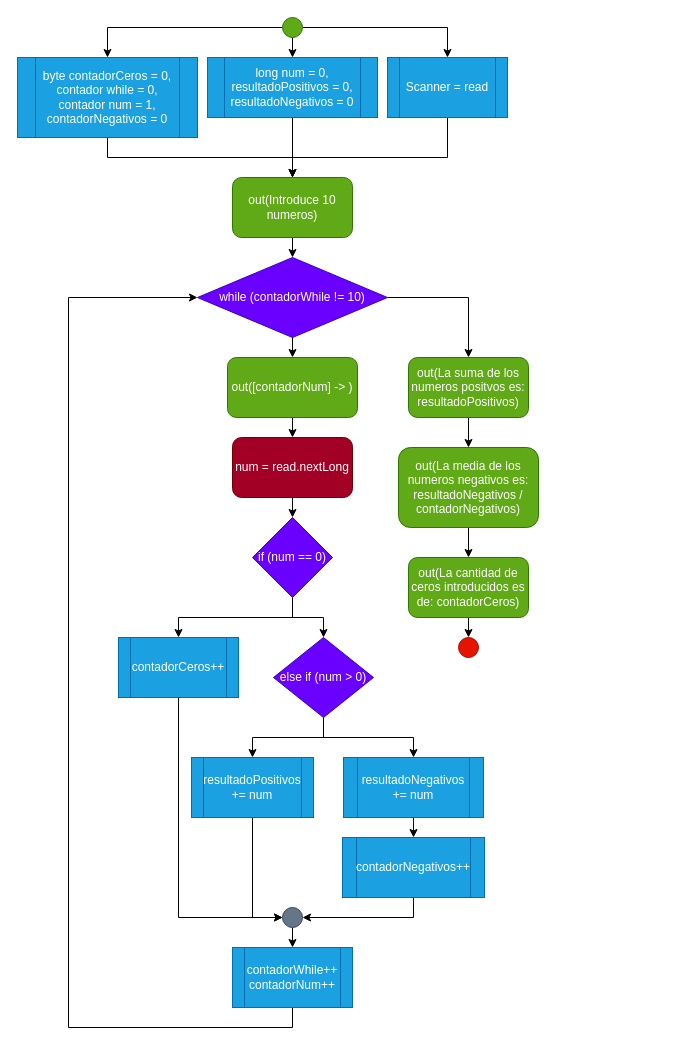
This is page "Ejercicio 5" (5 of 8) of diagramas/Diagramas.drawio from antonionavarro04/Tema3While, a draw.io file, before an edit. Source tidied: cells renumbered, new cells numbered last; positions are measured from the earlier drawing's top-left corner, leaving out a move shared by most shapes. Both pictures are drawn from the tidied source at 100%, with x=0, y=0 at pixel (17, 17).
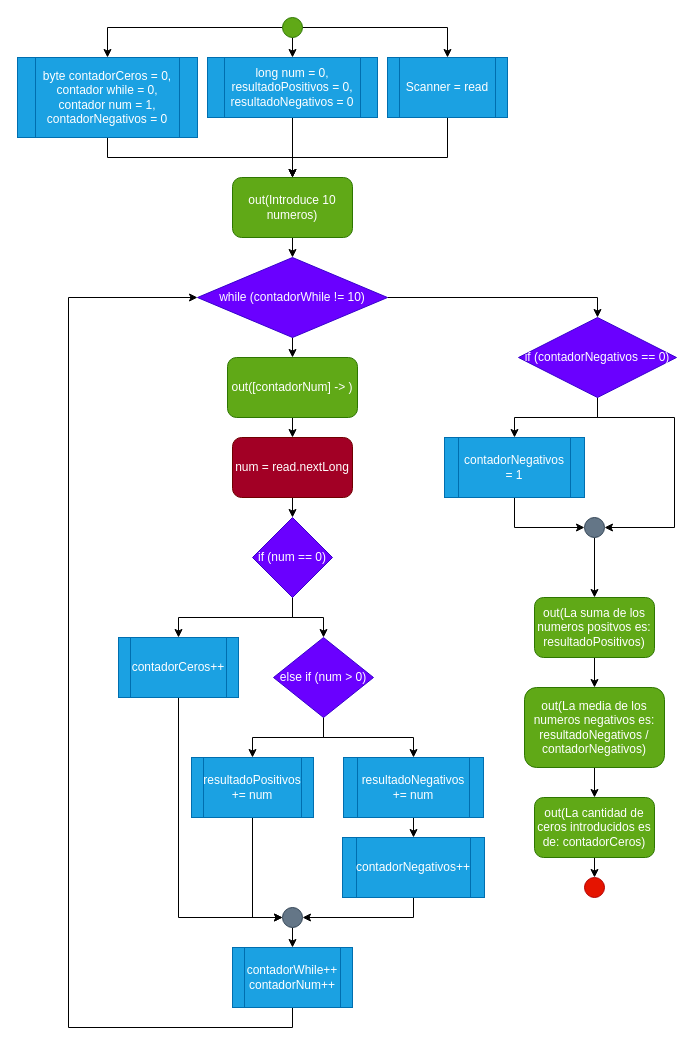
After the change.

The change refers to these unchanged cells:
```xml
<mxCell id="16" value="while (contadorWhile != 10)" style="rhombus;whiteSpace=wrap;html=1;fillColor=#6a00ff;fontColor=#ffffff;strokeColor=#3700CC;" parent="1" vertex="1">
  <mxGeometry x="180" y="240" width="190" height="80" as="geometry" />
</mxCell>
```

Diff of the diagram source:
```diff
@@
-    <mxCell id="15" style="edgeStyle=orthogonalEdgeStyle;rounded=0;jettySize=auto;html=1;exitX=1;exitY=0.5;exitDx=0;exitDy=0;entryX=0.5;entryY=0;entryDx=0;entryDy=0;" parent="1" edge="1" source="16" target="40">
-      <mxGeometry relative="1" as="geometry" />
-    </mxCell>
+    <mxCell id="46" style="edgeStyle=orthogonalEdgeStyle;rounded=0;jettySize=auto;html=1;exitX=1;exitY=0.5;exitDx=0;exitDy=0;entryX=0.5;entryY=0;entryDx=0;entryDy=0;" parent="1" edge="1" source="16" target="49">
+      <mxGeometry relative="1" as="geometry" />
+    </mxCell>
@@
     <mxCell id="40" value="out(La suma de los numeros positvos es: resultadoPositivos)" style="rounded=1;whiteSpace=wrap;html=1;fillColor=#60a917;fontColor=#ffffff;strokeColor=#2D7600;" parent="1" vertex="1">
-      <mxGeometry x="391" y="340" width="120" height="60" as="geometry" />
+      <mxGeometry x="517" y="580" width="120" height="60" as="geometry" />
     </mxCell>
@@
     <mxCell id="42" value="out(La media de los numeros negativos es: resultadoNegativos / contadorNegativos)" style="rounded=1;whiteSpace=wrap;html=1;fillColor=#60a917;fontColor=#ffffff;strokeColor=#2D7600;" parent="1" vertex="1">
-      <mxGeometry x="381" y="430" width="140" height="80" as="geometry" />
+      <mxGeometry x="507" y="670" width="140" height="80" as="geometry" />
     </mxCell>
@@
     <mxCell id="44" value="out(La cantidad de ceros introducidos es de: contadorCeros)" style="rounded=1;whiteSpace=wrap;html=1;fillColor=#60a917;fontColor=#ffffff;strokeColor=#2D7600;" parent="1" vertex="1">
-      <mxGeometry x="391" y="540" width="120" height="60" as="geometry" />
+      <mxGeometry x="517" y="780" width="120" height="60" as="geometry" />
     </mxCell>
     <mxCell id="45" style="ellipse;whiteSpace=wrap;html=1;fillColor=#e51400;fontColor=#ffffff;strokeColor=#B20000;" parent="1" vertex="1">
-      <mxGeometry x="441" y="620" width="20" height="20" as="geometry" />
+      <mxGeometry x="567" y="860" width="20" height="20" as="geometry" />
     </mxCell>
+    <mxCell id="47" style="edgeStyle=orthogonalEdgeStyle;rounded=0;jettySize=auto;html=1;exitX=0.5;exitY=1;exitDx=0;exitDy=0;entryX=0.5;entryY=0;entryDx=0;entryDy=0;" parent="1" edge="1" source="49" target="51">
+      <mxGeometry relative="1" as="geometry" />
+    </mxCell>
+    <mxCell id="48" style="edgeStyle=orthogonalEdgeStyle;rounded=0;jettySize=auto;html=1;exitX=0.5;exitY=1;exitDx=0;exitDy=0;entryX=1;entryY=0.5;entryDx=0;entryDy=0;" parent="1" edge="1" source="49" target="53">
+      <mxGeometry relative="1" as="geometry">
+        <Array as="points">
+          <mxPoint x="580" y="400" />
+          <mxPoint x="657" y="400" />
+          <mxPoint x="657" y="510" />
+        </Array>
+      </mxGeometry>
+    </mxCell>
+    <mxCell id="49" value="if (contadorNegativos == 0)" style="rhombus;whiteSpace=wrap;html=1;fillColor=#6a00ff;fontColor=#ffffff;strokeColor=#3700CC;" parent="1" vertex="1">
+      <mxGeometry x="501" y="300" width="158" height="80" as="geometry" />
+    </mxCell>
+    <mxCell id="50" style="edgeStyle=orthogonalEdgeStyle;rounded=0;jettySize=auto;html=1;exitX=0.5;exitY=1;exitDx=0;exitDy=0;entryX=0;entryY=0.5;entryDx=0;entryDy=0;" parent="1" edge="1" source="51" target="53">
+      <mxGeometry relative="1" as="geometry" />
+    </mxCell>
+    <mxCell id="51" value="contadorNegativos = 1" style="shape=process;whiteSpace=wrap;html=1;backgroundOutline=1;fillColor=#1ba1e2;fontColor=#ffffff;strokeColor=#006EAF;" parent="1" vertex="1">
+      <mxGeometry x="427" y="420" width="140" height="60" as="geometry" />
+    </mxCell>
+    <mxCell id="52" style="edgeStyle=orthogonalEdgeStyle;rounded=0;jettySize=auto;html=1;exitX=0.5;exitY=1;exitDx=0;exitDy=0;entryX=0.5;entryY=0;entryDx=0;entryDy=0;" parent="1" edge="1" source="53" target="40">
+      <mxGeometry relative="1" as="geometry" />
+    </mxCell>
+    <mxCell id="53" style="ellipse;whiteSpace=wrap;html=1;fillColor=#647687;fontColor=#ffffff;strokeColor=#314354;" parent="1" vertex="1">
+      <mxGeometry x="567" y="500" width="20" height="20" as="geometry" />
+    </mxCell>
```
